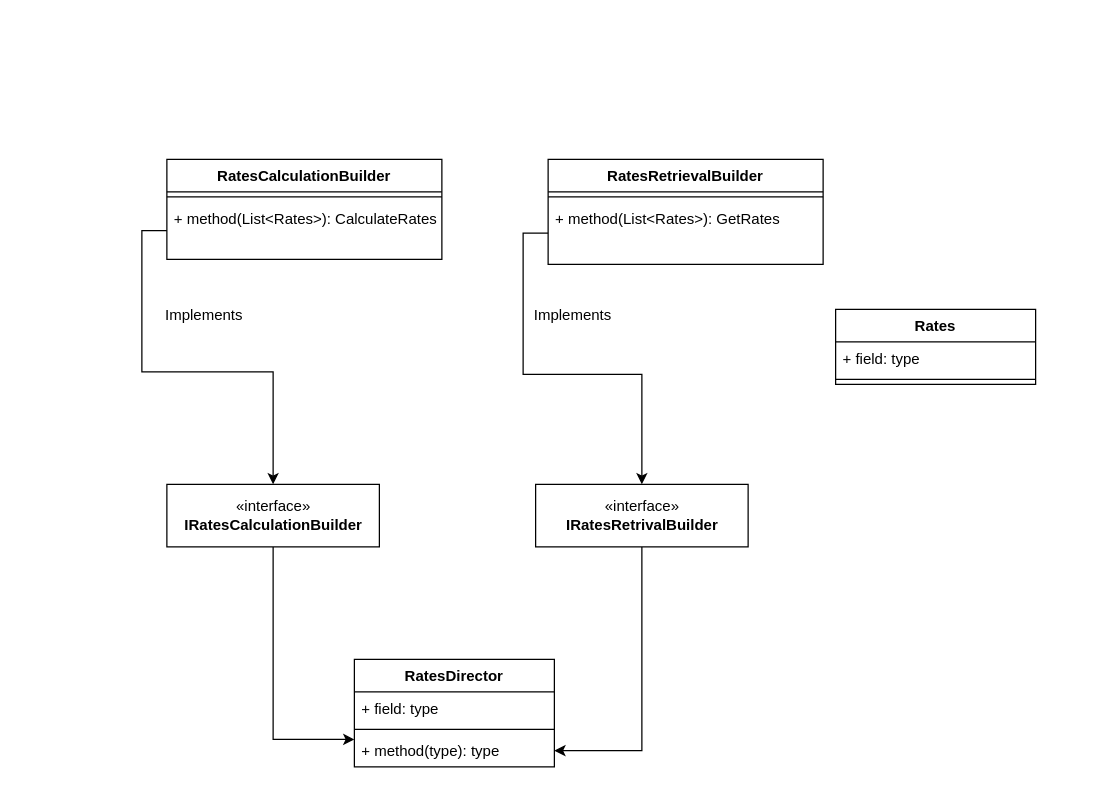
mattwatts36/drawings keeps this draw.io diagram as CrossBorderPaymentsClassDiagram.drawio. Above is the earlier version. Source tidied: cells renumbered, new cells numbered last; positions are measured from the earlier drawing's top-left corner, leaving out a move shared by most shapes. Both pictures are drawn from the tidied source at 125%, with x=0, y=0 at pixel (166, 159).
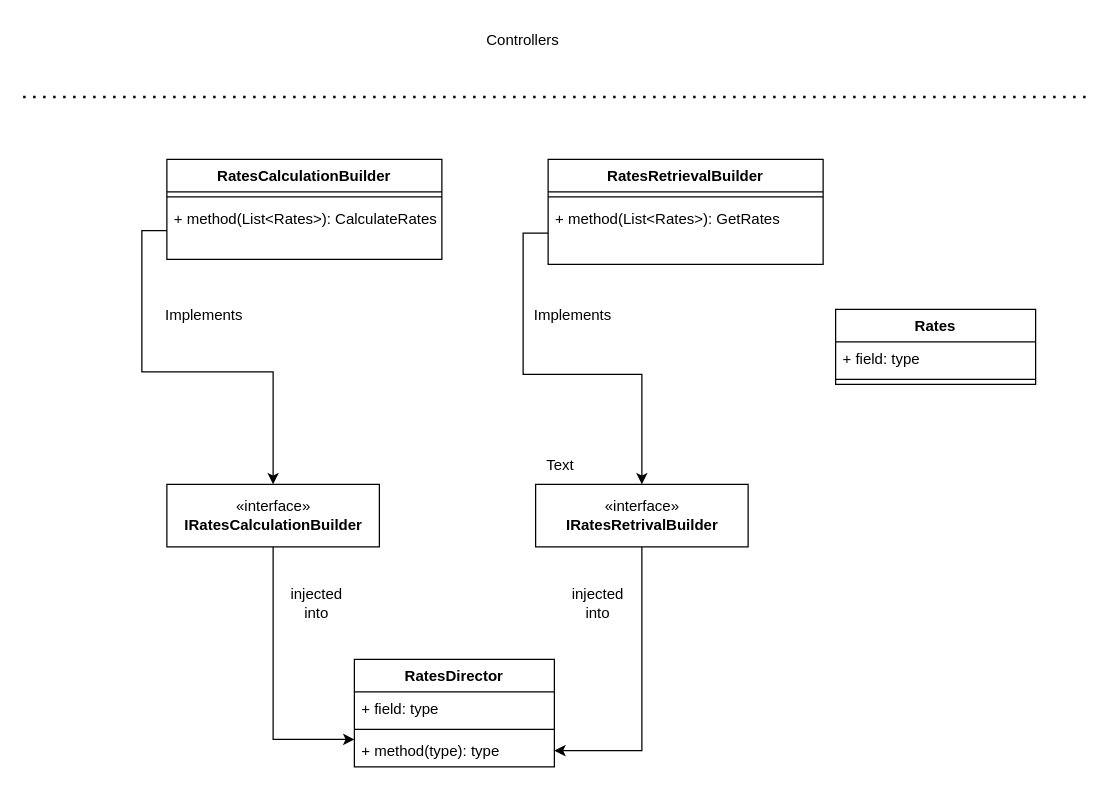
After the change.

Diff of the diagram source:
```diff
@@
+    <mxCell id="23" value="injected into" style="text;html=1;strokeColor=none;fillColor=none;align=center;verticalAlign=middle;whiteSpace=wrap;rounded=0;" parent="1" vertex="1">
+      <mxGeometry x="315" y="340" width="60" height="30" as="geometry" />
+    </mxCell>
+    <mxCell id="24" value="injected into" style="text;html=1;strokeColor=none;fillColor=none;align=center;verticalAlign=middle;whiteSpace=wrap;rounded=0;" parent="1" vertex="1">
+      <mxGeometry x="90" y="340" width="60" height="30" as="geometry" />
+    </mxCell>
+    <mxCell id="25" style="endArrow=none;dashed=1;html=1;dashPattern=1 3;strokeWidth=2;rounded=0;" parent="1" edge="1">
+      <mxGeometry relative="1" as="geometry">
+        <mxPoint x="-115" y="-50" as="sourcePoint" />
+        <mxPoint x="735" y="-50" as="targetPoint" />
+      </mxGeometry>
+    </mxCell>
+    <mxCell id="26" value="Text" style="text;html=1;strokeColor=none;fillColor=none;align=center;verticalAlign=middle;whiteSpace=wrap;rounded=0;" parent="1" vertex="1">
+      <mxGeometry x="285" y="230" width="60" height="30" as="geometry" />
+    </mxCell>
+    <mxCell id="27" value="Controllers" style="text;html=1;strokeColor=none;fillColor=none;align=center;verticalAlign=middle;whiteSpace=wrap;rounded=0;" parent="1" vertex="1">
+      <mxGeometry x="175" y="-110" width="220" height="30" as="geometry" />
+    </mxCell>
```
